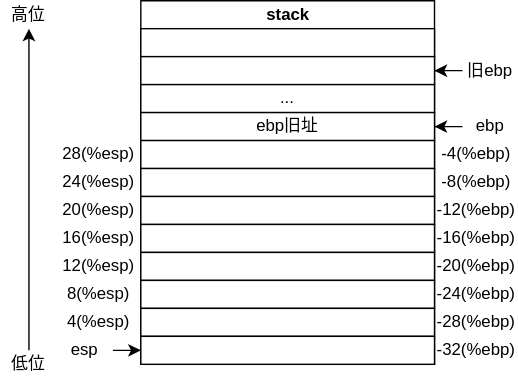
The draw.io diagram drawio/x86callFunc.drawio.svg in Stolorzs/Picgo, before a commit. Source tidied: cells renumbered, new cells last; positions are measured from the earlier drawing's top-left corner, leaving out a move shared by most shapes.
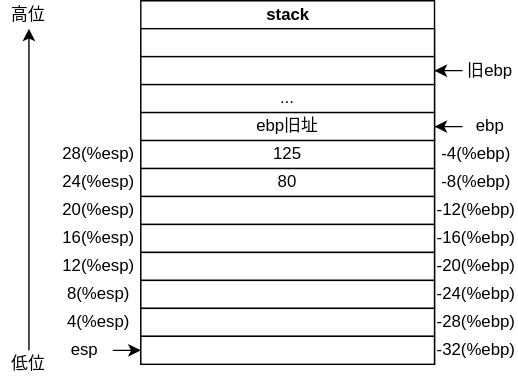
After the commit.

Change to the diagram source:
```diff
@@ -17,10 +17,10 @@
     <mxCell id="6" value="ebp旧址" style="rounded=0;whiteSpace=wrap;html=1;" parent="2" vertex="1">
       <mxGeometry y="80" width="210" height="20" as="geometry" />
     </mxCell>
-    <mxCell id="7" style="rounded=0;whiteSpace=wrap;html=1;" parent="2" vertex="1">
+    <mxCell id="7" value="125" style="rounded=0;whiteSpace=wrap;html=1;" parent="2" vertex="1">
       <mxGeometry y="100" width="210" height="20" as="geometry" />
     </mxCell>
-    <mxCell id="8" style="rounded=0;whiteSpace=wrap;html=1;" parent="2" vertex="1">
+    <mxCell id="8" value="80" style="rounded=0;whiteSpace=wrap;html=1;" parent="2" vertex="1">
       <mxGeometry y="120" width="210" height="20" as="geometry" />
     </mxCell>
     <mxCell id="9" style="rounded=0;whiteSpace=wrap;html=1;" parent="2" vertex="1">
```
